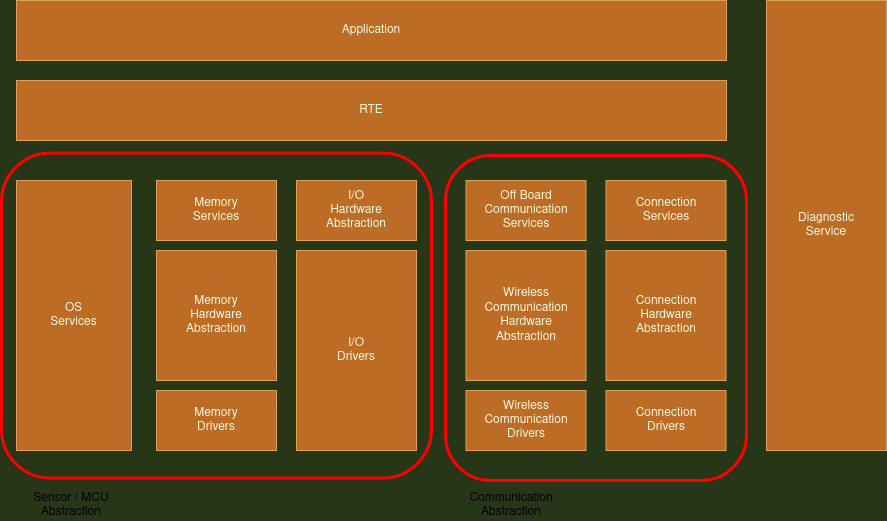
Before: documentation/resources/ArchConcept.drawio.png, a diagram exported from draw.io (Phyteon/EmbeddedSensorApplications). Source tidied: cells renumbered, new cells last; positions are measured from the earlier drawing's top-left corner, leaving out a move shared by most shapes. The source it was exported from:
```xml
<mxGraphModel background="#283618">
  <root>
    <mxCell id="0" />
    <mxCell id="1" parent="0" />
    <mxCell id="2" value="RTE" style="rounded=0;whiteSpace=wrap;html=1;fillColor=#BC6C25;strokeColor=#DDA15E;fontColor=#FEFAE0;" parent="1" vertex="1">
      <mxGeometry x="15" y="80" width="710" height="60" as="geometry" />
    </mxCell>
    <mxCell id="3" value="&lt;div&gt;Off Board&lt;/div&gt;&lt;div&gt;Communication&lt;br&gt;Services&lt;br&gt;&lt;/div&gt;" style="rounded=0;whiteSpace=wrap;html=1;fillColor=#BC6C25;strokeColor=#DDA15E;fontColor=#FEFAE0;" parent="1" vertex="1">
      <mxGeometry x="464.5" y="180" width="120" height="60" as="geometry" />
    </mxCell>
    <mxCell id="4" value="&lt;div&gt;Connection&lt;/div&gt;&lt;div&gt;Services&lt;/div&gt;" style="rounded=0;whiteSpace=wrap;html=1;fillColor=#BC6C25;strokeColor=#DDA15E;fontColor=#FEFAE0;" parent="1" vertex="1">
      <mxGeometry x="604.5" y="180" width="120" height="60" as="geometry" />
    </mxCell>
    <mxCell id="5" value="&lt;div&gt;OS&lt;/div&gt;&lt;div&gt;Services&lt;br&gt;&lt;/div&gt;" style="rounded=0;whiteSpace=wrap;html=1;fillColor=#BC6C25;strokeColor=#DDA15E;fontColor=#FEFAE0;" parent="1" vertex="1">
      <mxGeometry x="15" y="180" width="115" height="270" as="geometry" />
    </mxCell>
    <mxCell id="6" value="&lt;div&gt;Wireless&lt;/div&gt;&lt;div&gt;Communication&lt;/div&gt;&lt;div&gt;Drivers&lt;/div&gt;" style="rounded=0;whiteSpace=wrap;html=1;fillColor=#BC6C25;strokeColor=#DDA15E;fontColor=#FEFAE0;" parent="1" vertex="1">
      <mxGeometry x="464.5" y="390" width="120" height="60" as="geometry" />
    </mxCell>
    <mxCell id="7" value="&lt;div&gt;Connection&lt;/div&gt;&lt;div&gt;Hardware&lt;/div&gt;&lt;div&gt;Abstraction&lt;br&gt;&lt;/div&gt;" style="rounded=0;whiteSpace=wrap;html=1;fillColor=#BC6C25;strokeColor=#DDA15E;fontColor=#FEFAE0;" parent="1" vertex="1">
      <mxGeometry x="604.5" y="250" width="120" height="130" as="geometry" />
    </mxCell>
    <mxCell id="8" value="&lt;div&gt;Connection&lt;/div&gt;&lt;div&gt;Drivers&lt;br&gt;&lt;/div&gt;" style="rounded=0;whiteSpace=wrap;html=1;fillColor=#BC6C25;strokeColor=#DDA15E;fontColor=#FEFAE0;" parent="1" vertex="1">
      <mxGeometry x="604.5" y="390" width="120" height="60" as="geometry" />
    </mxCell>
    <mxCell id="9" value="&lt;div&gt;Wireless&lt;/div&gt;&lt;div&gt;Communication&lt;/div&gt;&lt;div&gt;Hardware&lt;/div&gt;&lt;div&gt;Abstraction&lt;/div&gt;" style="rounded=0;whiteSpace=wrap;html=1;fillColor=#BC6C25;strokeColor=#DDA15E;fontColor=#FEFAE0;" parent="1" vertex="1">
      <mxGeometry x="464.5" y="250" width="120" height="130" as="geometry" />
    </mxCell>
    <mxCell id="10" value="&lt;div&gt;Diagnostic&lt;/div&gt;&lt;div&gt;Service&lt;br&gt;&lt;/div&gt;" style="rounded=0;whiteSpace=wrap;html=1;fillColor=#BC6C25;strokeColor=#DDA15E;fontColor=#FEFAE0;" parent="1" vertex="1">
      <mxGeometry x="765" width="120" height="450" as="geometry" />
    </mxCell>
    <mxCell id="11" value="Application" style="rounded=0;whiteSpace=wrap;html=1;fillColor=#BC6C25;strokeColor=#DDA15E;fontColor=#FEFAE0;" parent="1" vertex="1">
      <mxGeometry x="15" width="710" height="60" as="geometry" />
    </mxCell>
    <mxCell id="12" value="&lt;div&gt;Memory&lt;/div&gt;&lt;div&gt;Services&lt;br&gt;&lt;/div&gt;" style="rounded=0;whiteSpace=wrap;html=1;fillColor=#BC6C25;strokeColor=#DDA15E;fontColor=#FEFAE0;" parent="1" vertex="1">
      <mxGeometry x="155" y="180" width="120" height="60" as="geometry" />
    </mxCell>
    <mxCell id="13" value="&lt;div&gt;Memory&lt;/div&gt;&lt;div&gt;Hardware&lt;/div&gt;&lt;div&gt;Abstraction&lt;br&gt;&lt;/div&gt;" style="rounded=0;whiteSpace=wrap;html=1;fillColor=#BC6C25;strokeColor=#DDA15E;fontColor=#FEFAE0;" parent="1" vertex="1">
      <mxGeometry x="155" y="250" width="120" height="130" as="geometry" />
    </mxCell>
    <mxCell id="14" value="&lt;div&gt;Memory&lt;/div&gt;&lt;div&gt;Drivers&lt;br&gt;&lt;/div&gt;" style="rounded=0;whiteSpace=wrap;html=1;fillColor=#BC6C25;strokeColor=#DDA15E;fontColor=#FEFAE0;" parent="1" vertex="1">
      <mxGeometry x="155" y="390" width="120" height="60" as="geometry" />
    </mxCell>
    <mxCell id="15" value="&lt;div&gt;I/O&lt;/div&gt;&lt;div&gt;Hardware&lt;/div&gt;&lt;div&gt;Abstraction&lt;/div&gt;" style="rounded=0;whiteSpace=wrap;html=1;fillColor=#BC6C25;strokeColor=#DDA15E;fontColor=#FEFAE0;" parent="1" vertex="1">
      <mxGeometry x="295" y="180" width="120" height="60" as="geometry" />
    </mxCell>
    <mxCell id="16" value="&lt;div&gt;I/O&lt;/div&gt;&lt;div&gt;Drivers&lt;br&gt;&lt;/div&gt;" style="rounded=0;whiteSpace=wrap;html=1;fillColor=#BC6C25;strokeColor=#DDA15E;fontColor=#FEFAE0;" parent="1" vertex="1">
      <mxGeometry x="295" y="250" width="120" height="200" as="geometry" />
    </mxCell>
    <mxCell id="17" style="rounded=1;whiteSpace=wrap;html=1;fillColor=none;strokeColor=#FF0000;strokeWidth=3;" parent="1" vertex="1">
      <mxGeometry y="152.5" width="430" height="325" as="geometry" />
    </mxCell>
    <mxCell id="18" style="rounded=1;whiteSpace=wrap;html=1;fillColor=none;strokeColor=#FF0000;strokeWidth=3;" parent="1" vertex="1">
      <mxGeometry x="444" y="155" width="301" height="325" as="geometry" />
    </mxCell>
    <mxCell id="19" value="Sensor / MCU Abstraction" style="text;html=1;strokeColor=none;fillColor=none;align=center;verticalAlign=middle;whiteSpace=wrap;rounded=0;" parent="1" vertex="1">
      <mxGeometry x="15" y="490" width="110" height="30" as="geometry" />
    </mxCell>
    <mxCell id="20" value="Communication Abstraction" style="text;html=1;strokeColor=none;fillColor=none;align=center;verticalAlign=middle;whiteSpace=wrap;rounded=0;" parent="1" vertex="1">
      <mxGeometry x="455" y="490" width="110" height="30" as="geometry" />
    </mxCell>
  </root>
</mxGraphModel>
```
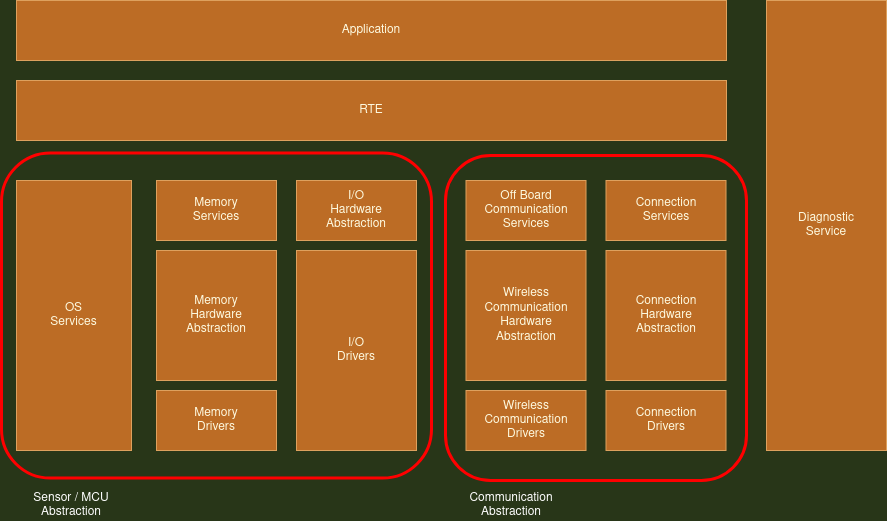
After the change.

The edit, as a diff of the source:
```diff
@@ -53,10 +53,10 @@
     <mxCell id="18" style="rounded=1;whiteSpace=wrap;html=1;fillColor=none;strokeColor=#FF0000;strokeWidth=3;" parent="1" vertex="1">
       <mxGeometry x="444" y="155" width="301" height="325" as="geometry" />
     </mxCell>
-    <mxCell id="19" value="Sensor / MCU Abstraction" style="text;html=1;strokeColor=none;fillColor=none;align=center;verticalAlign=middle;whiteSpace=wrap;rounded=0;" parent="1" vertex="1">
+    <mxCell id="19" value="&lt;font color=&quot;#FFFFFF&quot;&gt;Sensor / MCU Abstraction&lt;/font&gt;" style="text;html=1;strokeColor=none;fillColor=none;align=center;verticalAlign=middle;whiteSpace=wrap;rounded=0;" parent="1" vertex="1">
       <mxGeometry x="15" y="490" width="110" height="30" as="geometry" />
     </mxCell>
-    <mxCell id="20" value="Communication Abstraction" style="text;html=1;strokeColor=none;fillColor=none;align=center;verticalAlign=middle;whiteSpace=wrap;rounded=0;" parent="1" vertex="1">
+    <mxCell id="20" value="&lt;font color=&quot;#FFFFFF&quot;&gt;Communication Abstraction&lt;/font&gt;" style="text;html=1;strokeColor=none;fillColor=none;align=center;verticalAlign=middle;whiteSpace=wrap;rounded=0;" parent="1" vertex="1">
       <mxGeometry x="455" y="490" width="110" height="30" as="geometry" />
     </mxCell>
   </root>
```
